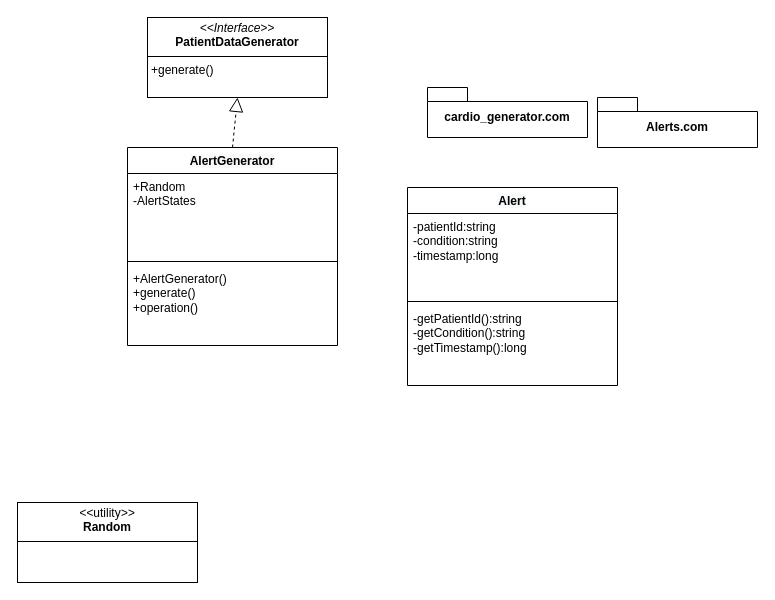
The draw.io diagram page "Page-1" (1 of 2) of Untitled Diagram.drawio in heliumisbushti/signal_project, before the edit. Source tidied: cells renumbered, new cells numbered last; positions are measured from the earlier drawing's top-left corner, leaving out a move shared by most shapes. Both pictures are drawn from the tidied source at 100%, with x=0, y=0 at pixel (17, 17).
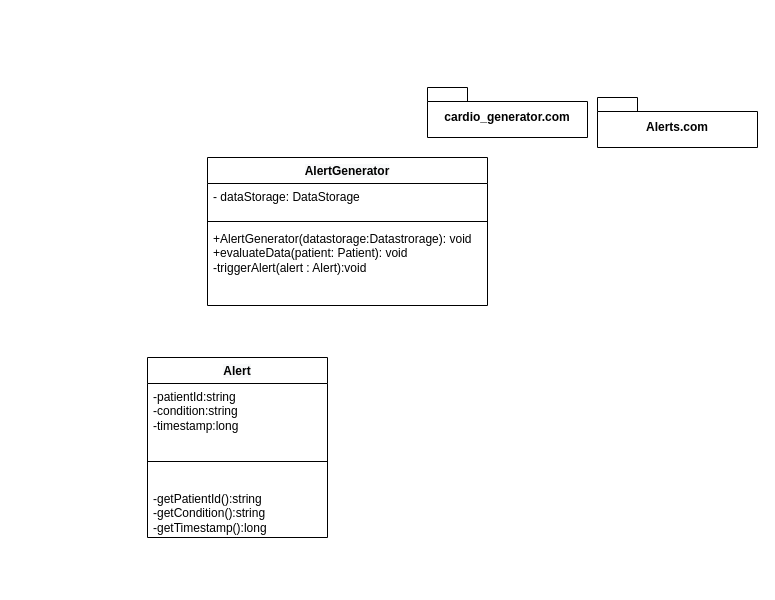
Above is the later version.

The edit, as a diff of the source:
```diff
@@
 <mxGraphModel>
   <root>
     <mxCell id="0" />
     <mxCell id="1" parent="0" />
     <mxCell id="2" value="&lt;span style=&quot;color: rgb(0, 0, 0); font-family: Helvetica, &amp;quot;VP Default&amp;quot;; text-wrap-mode: nowrap; background-color: rgb(248, 249, 250);&quot;&gt;AlertGenerator&lt;/span&gt;" style="swimlane;fontStyle=1;align=center;verticalAlign=top;horizontal=1;startSize=26;whiteSpace=wrap;html=1;labelBackgroundColor=none;" parent="1" vertex="1">
-      <mxGeometry x="110" y="130" width="210" height="198" as="geometry" />
+      <mxGeometry x="190" y="140" width="280" height="148" as="geometry" />
     </mxCell>
-    <mxCell id="3" value="+Random&lt;div&gt;-AlertStates&lt;/div&gt;&lt;div&gt;&lt;br&gt;&lt;/div&gt;" style="text;strokeColor=none;fillColor=none;align=left;verticalAlign=top;spacingLeft=4;spacingRight=4;overflow=hidden;whiteSpace=wrap;html=1;labelBackgroundColor=none;" parent="2" vertex="1">
-      <mxGeometry y="26" width="210" height="84" as="geometry" />
+    <mxCell id="3" value="&lt;div&gt;- dataStorage: DataStorage&lt;/div&gt;" style="text;strokeColor=none;fillColor=none;align=left;verticalAlign=top;spacingLeft=4;spacingRight=4;overflow=hidden;whiteSpace=wrap;html=1;labelBackgroundColor=none;" parent="2" vertex="1">
+      <mxGeometry y="26" width="280" height="34" as="geometry" />
     </mxCell>
     <mxCell id="4" style="line;strokeWidth=1;fillColor=none;align=left;verticalAlign=middle;spacingTop=-1;spacingLeft=3;spacingRight=3;labelPosition=right;labelBackgroundColor=none;" parent="2" vertex="1">
-      <mxGeometry y="110" width="210" height="8" as="geometry" />
+      <mxGeometry y="60" width="280" height="8" as="geometry" />
     </mxCell>
-    <mxCell id="5" value="+AlertGenerator()&lt;div&gt;+generate()&lt;/div&gt;&lt;div&gt;+operation()&lt;/div&gt;" style="text;strokeColor=none;fillColor=none;align=left;verticalAlign=top;spacingLeft=4;spacingRight=4;overflow=hidden;whiteSpace=wrap;html=1;labelBackgroundColor=none;" parent="2" vertex="1">
-      <mxGeometry y="118" width="210" height="80" as="geometry" />
+    <mxCell id="5" value="&lt;div&gt;+AlertGenerator(datastorage:Datastrorage): void&lt;/div&gt;&lt;div&gt;+evaluateData(patient: Patient): void&lt;/div&gt;&lt;div&gt;-triggerAlert(alert : Alert):void&lt;/div&gt;" style="text;strokeColor=none;fillColor=none;align=left;verticalAlign=top;spacingLeft=4;spacingRight=4;overflow=hidden;whiteSpace=wrap;html=1;labelBackgroundColor=none;" parent="2" vertex="1">
+      <mxGeometry y="68" width="280" height="80" as="geometry" />
     </mxCell>
     <mxCell id="6" value="&lt;span style=&quot;color: rgb(0, 0, 0); font-family: Helvetica, &amp;quot;VP Default&amp;quot;; text-wrap-mode: nowrap; background-color: rgb(248, 249, 250);&quot;&gt;Alert&lt;/span&gt;" style="swimlane;fontStyle=1;align=center;verticalAlign=top;horizontal=1;startSize=26;whiteSpace=wrap;html=1;labelBackgroundColor=none;" parent="1" vertex="1">
-      <mxGeometry x="390" y="170" width="210" height="198" as="geometry" />
+      <mxGeometry x="130" y="340" width="180" height="180" as="geometry" />
     </mxCell>
     <mxCell id="7" value="&lt;div&gt;-patientId:string&lt;/div&gt;&lt;div&gt;-condition:string&amp;nbsp;&lt;/div&gt;&lt;div&gt;-timestamp:long&lt;/div&gt;" style="text;strokeColor=none;fillColor=none;align=left;verticalAlign=top;spacingLeft=4;spacingRight=4;overflow=hidden;whiteSpace=wrap;html=1;labelBackgroundColor=none;" parent="6" vertex="1">
-      <mxGeometry y="26" width="210" height="84" as="geometry" />
+      <mxGeometry y="26" width="180" height="54" as="geometry" />
     </mxCell>
     <mxCell id="8" style="line;strokeWidth=1;fillColor=none;align=left;verticalAlign=middle;spacingTop=-1;spacingLeft=3;spacingRight=3;labelPosition=right;labelBackgroundColor=none;" parent="6" vertex="1">
-      <mxGeometry y="110" width="210" height="8" as="geometry" />
+      <mxGeometry y="80" width="180" height="48" as="geometry" />
     </mxCell>
     <mxCell id="9" value="&lt;div&gt;-getPatientId():string&lt;/div&gt;&lt;div&gt;-getCondition():string&amp;nbsp;&lt;/div&gt;&lt;div&gt;-getTimestamp():long&lt;/div&gt;" style="text;strokeColor=none;fillColor=none;align=left;verticalAlign=top;spacingLeft=4;spacingRight=4;overflow=hidden;whiteSpace=wrap;html=1;labelBackgroundColor=none;" parent="6" vertex="1">
-      <mxGeometry y="118" width="210" height="80" as="geometry" />
+      <mxGeometry y="128" width="180" height="52" as="geometry" />
     </mxCell>
-    <mxCell id="10" value="&lt;p style=&quot;margin:0px;margin-top:4px;text-align:center;&quot;&gt;&lt;i&gt;&amp;lt;&amp;lt;Interface&amp;gt;&amp;gt;&lt;/i&gt;&lt;br&gt;&lt;b&gt;PatientDataGenerator&lt;/b&gt;&lt;/p&gt;&lt;hr size=&quot;1&quot; style=&quot;border-style:solid;&quot;&gt;&lt;p style=&quot;margin:0px;margin-left:4px;&quot;&gt;+generate()&lt;/p&gt;" style="verticalAlign=top;align=left;overflow=fill;html=1;whiteSpace=wrap;labelBackgroundColor=none;" parent="1" vertex="1">
-      <mxGeometry x="130" width="180" height="80" as="geometry" />
-    </mxCell>
     <mxCell id="11" value="cardio_generator.com" style="shape=folder;fontStyle=1;spacingTop=10;tabWidth=40;tabHeight=14;tabPosition=left;html=1;whiteSpace=wrap;labelBackgroundColor=none;" parent="1" vertex="1">
       <mxGeometry x="410" y="70" width="160" height="50" as="geometry" />
     </mxCell>
-    <mxCell id="12" value="&lt;p style=&quot;margin:0px;margin-top:4px;text-align:center;&quot;&gt;&lt;i&gt;&amp;lt;&amp;lt;&lt;/i&gt;utility&lt;i&gt;&amp;gt;&amp;gt;&lt;/i&gt;&lt;br&gt;&lt;b&gt;Random&lt;/b&gt;&lt;/p&gt;&lt;hr size=&quot;1&quot; style=&quot;border-style:solid;&quot;&gt;&lt;p style=&quot;margin:0px;margin-left:4px;&quot;&gt;&lt;br&gt;&lt;/p&gt;" style="verticalAlign=top;align=left;overflow=fill;html=1;whiteSpace=wrap;labelBackgroundColor=none;" parent="1" vertex="1">
-      <mxGeometry y="485" width="180" height="80" as="geometry" />
-    </mxCell>
-    <mxCell id="13" style="endArrow=block;dashed=1;endFill=0;endSize=12;html=1;rounded=0;entryX=0.5;entryY=1;entryDx=0;entryDy=0;exitX=0.5;exitY=0;exitDx=0;exitDy=0;" parent="1" edge="1" source="2" target="10">
-      <mxGeometry relative="1" as="geometry" />
-    </mxCell>
     <mxCell id="14" value="Alerts.com" style="shape=folder;fontStyle=1;spacingTop=10;tabWidth=40;tabHeight=14;tabPosition=left;html=1;whiteSpace=wrap;labelBackgroundColor=none;" parent="1" vertex="1">
       <mxGeometry x="580" y="80" width="160" height="50" as="geometry" />
     </mxCell>
   </root>
 </mxGraphModel>
```
